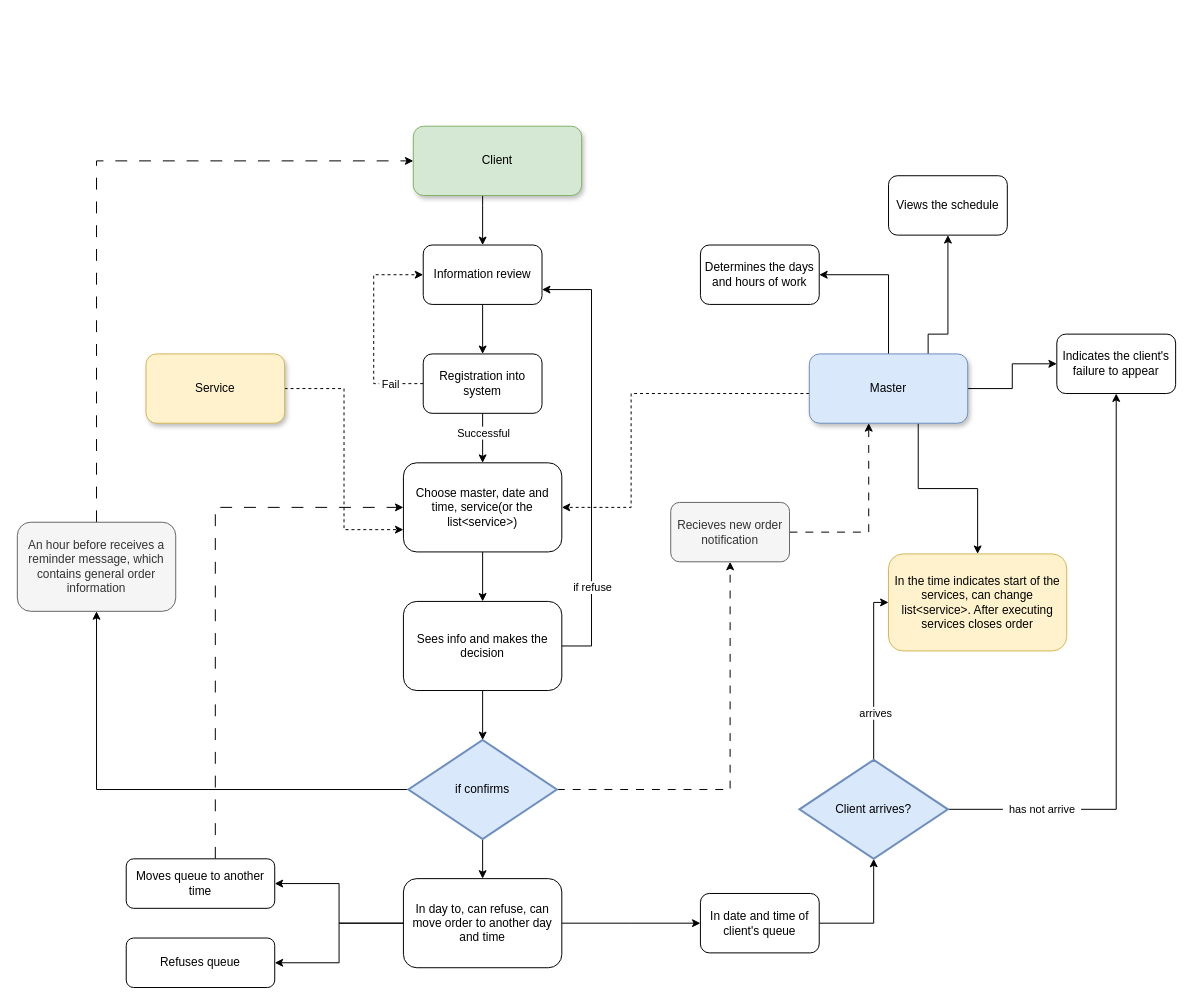
Earlier version of the draw.io diagram page "BarbershopPro_en" (1 of 3) of BarbershopProDiagram.drawio (azamatmavlonov/EntityFrameworkCore). Source tidied: cells renumbered, new cells numbered last; positions are measured from the earlier drawing's top-left corner, leaving out a move shared by most shapes. Both pictures are drawn from the tidied source at 99%, with x=0, y=0 at pixel (17, 126).
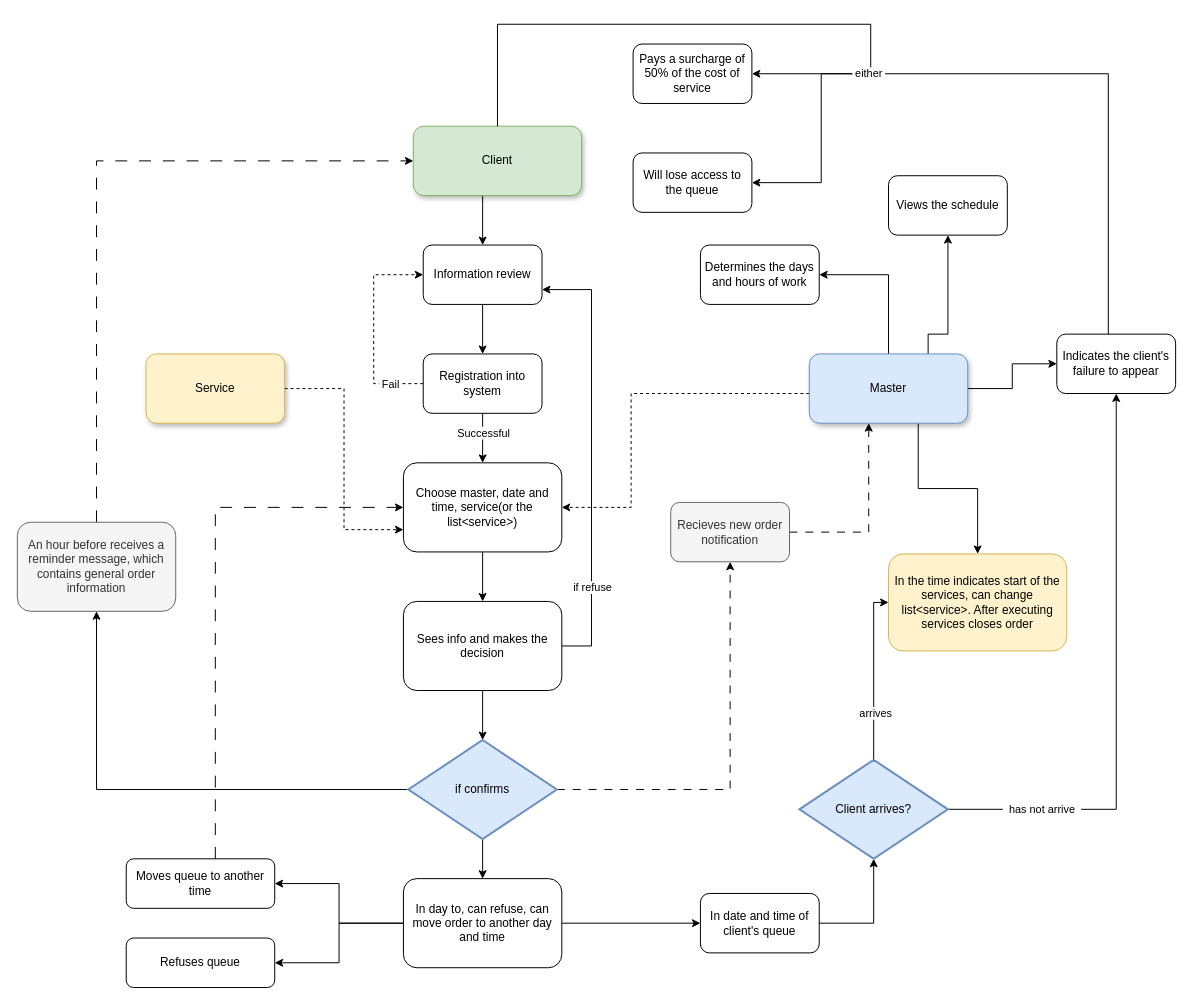
After the change.

The edit, as a diff of the source:
```diff
@@
+    <mxCell id="51" style="edgeStyle=orthogonalEdgeStyle;rounded=0;jettySize=auto;html=1;" parent="1" edge="1" target="54">
+      <mxGeometry relative="1" as="geometry">
+        <mxPoint x="485" as="sourcePoint" />
+        <Array as="points">
+          <mxPoint x="485" y="-103" />
+          <mxPoint x="862" y="-103" />
+          <mxPoint x="862" y="-53" />
+        </Array>
+      </mxGeometry>
+    </mxCell>
+    <mxCell id="52" style="edgeStyle=orthogonalEdgeStyle;rounded=0;jettySize=auto;html=1;" parent="1" edge="1" target="55">
+      <mxGeometry relative="1" as="geometry">
+        <mxPoint x="1102" y="210" as="sourcePoint" />
+        <Array as="points">
+          <mxPoint x="1102" y="-53" />
+          <mxPoint x="812" y="-53" />
+          <mxPoint x="812" y="57" />
+        </Array>
+      </mxGeometry>
+    </mxCell>
+    <mxCell id="53" value="&amp;nbsp;either&amp;nbsp;" style="edgeLabel;html=1;align=center;verticalAlign=middle;" parent="52" vertex="1">
+      <mxGeometry x="0.38" y="-1" relative="1" as="geometry" />
+    </mxCell>
+    <mxCell id="54" value="Pays a surcharge of 50% of the cost of service" style="rounded=1;whiteSpace=wrap;html=1;" parent="1" vertex="1">
+      <mxGeometry x="622" y="-83" width="120" height="60" as="geometry" />
+    </mxCell>
+    <mxCell id="55" value="Will lose access to the queue" style="rounded=1;whiteSpace=wrap;html=1;" parent="1" vertex="1">
+      <mxGeometry x="622" y="27" width="120" height="60" as="geometry" />
+    </mxCell>
```
